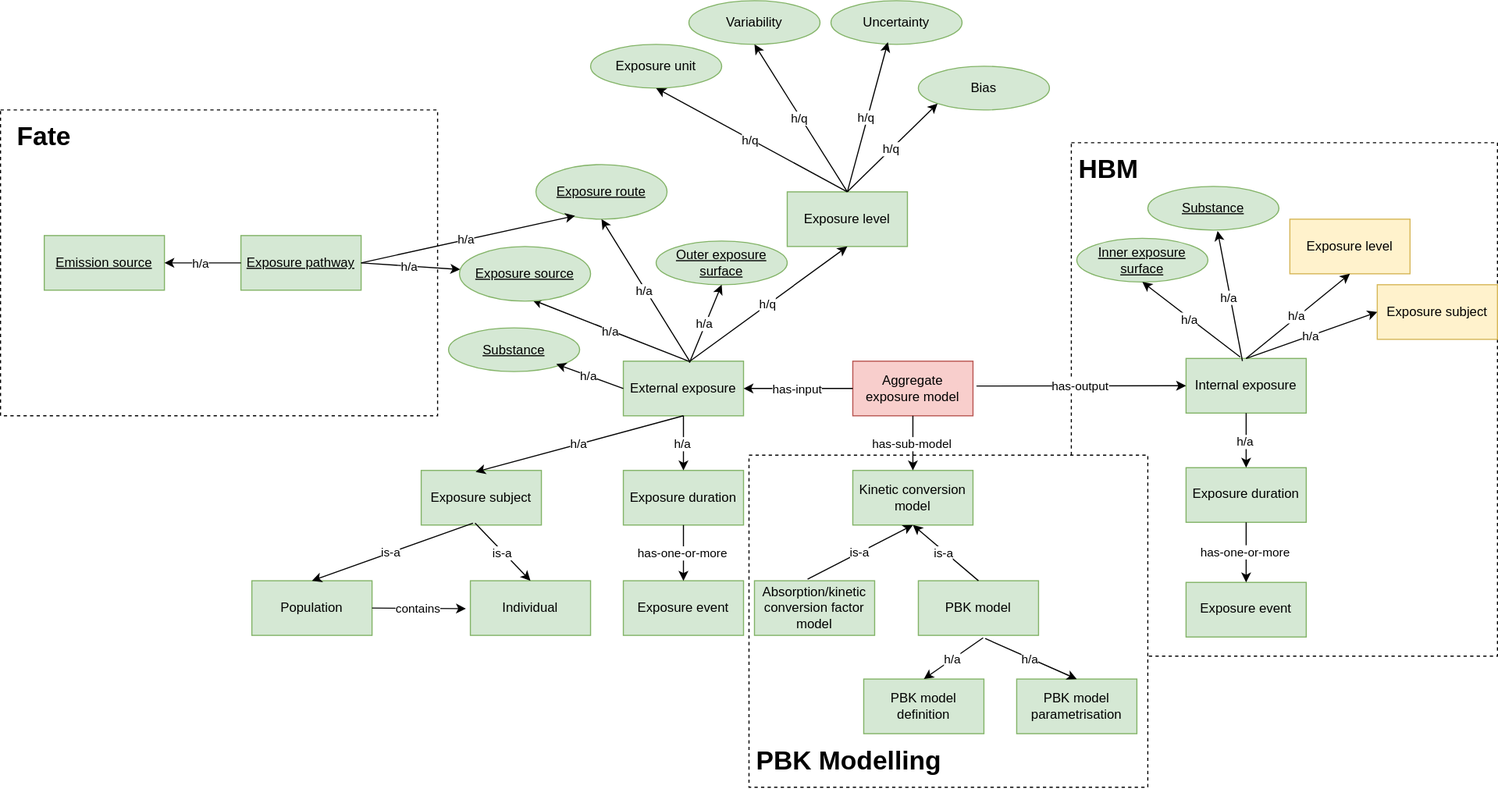
Earlier version of the draw.io export diagrams/aggregate-exposure-modelling.drawio.svg (eu-parc/aggregate-exposure-modelling). Source tidied: cells renumbered, new cells last; positions are measured from the earlier drawing's top-left corner, leaving out a move shared by most shapes.
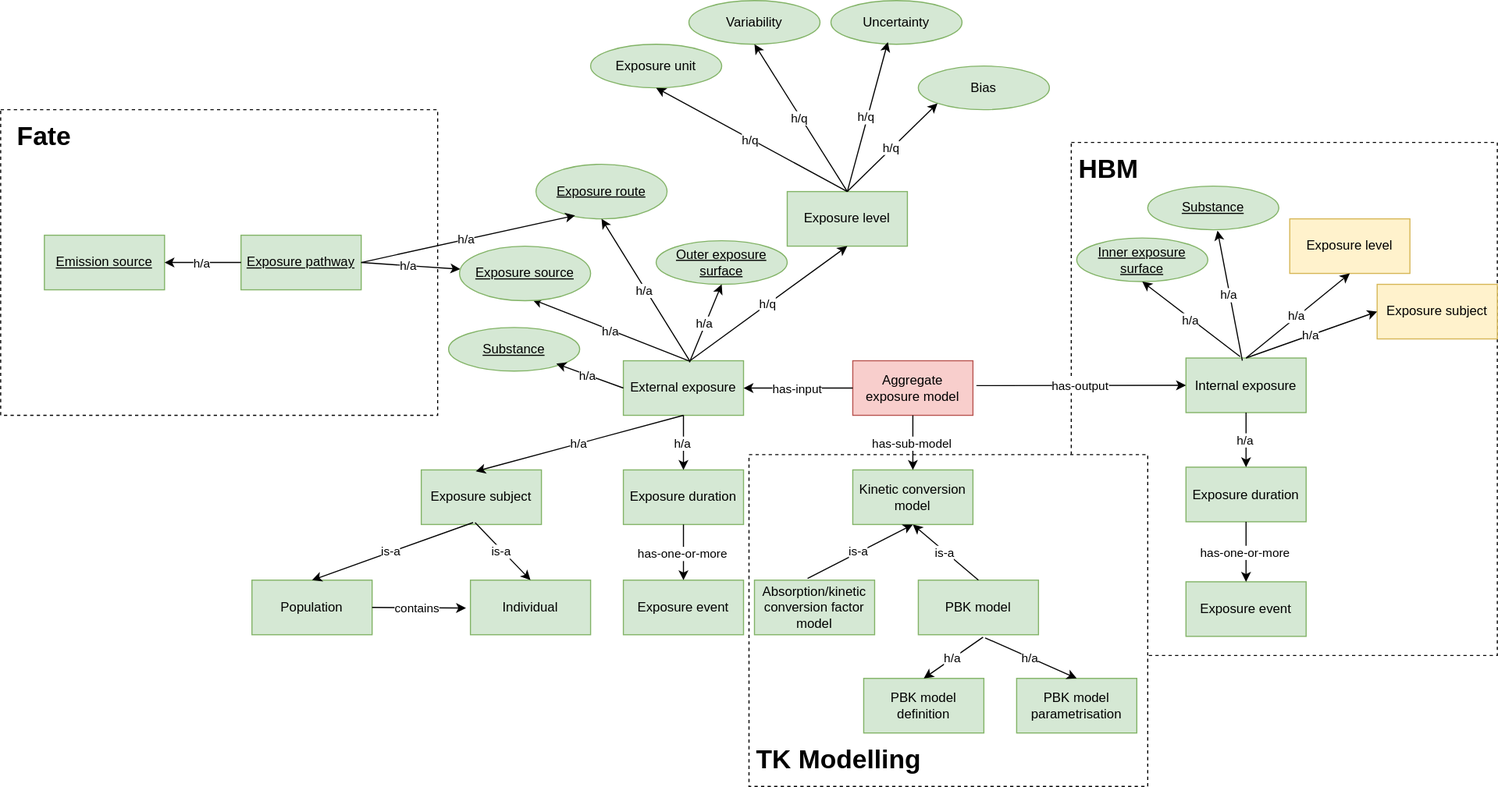
Above is the later version.

Commit message:
Change domain name of "PBK modelling" domain to "TK modelling" (#28)

What changed in the source:
```diff
@@ -341,7 +341,7 @@
         <mxPoint x="-2" as="offset" />
       </mxGeometry>
     </mxCell>
-    <mxCell id="95" value="&lt;b&gt;&lt;font style=&quot;font-size: 24px;&quot;&gt;PBK Modelling&lt;/font&gt;&lt;/b&gt;" style="text;html=1;strokeColor=none;fillColor=none;align=left;verticalAlign=middle;whiteSpace=wrap;rounded=0;" parent="1" vertex="1">
+    <mxCell id="95" value="&lt;b&gt;&lt;font style=&quot;font-size: 24px;&quot;&gt;TK Modelling&lt;/font&gt;&lt;/b&gt;" style="text;html=1;strokeColor=none;fillColor=none;align=left;verticalAlign=middle;whiteSpace=wrap;rounded=0;" parent="1" vertex="1">
       <mxGeometry x="690" y="681" width="210" height="30" as="geometry" />
     </mxCell>
     <mxCell id="96" value="&lt;b&gt;&lt;font style=&quot;font-size: 24px;&quot;&gt;HBM&lt;/font&gt;&lt;/b&gt;" style="text;html=1;strokeColor=none;fillColor=none;align=left;verticalAlign=middle;whiteSpace=wrap;rounded=0;" parent="1" vertex="1">
```
